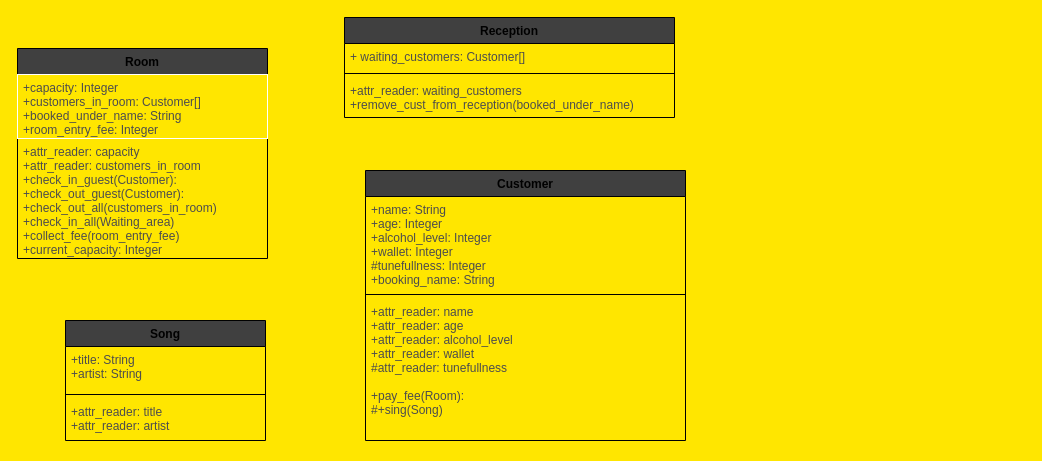
The draw.io diagram karaoke.drawio in Ollie-Boyd/week-02-homework, before the edit. Source tidied: cells renumbered, new cells numbered last; positions are measured from the earlier drawing's top-left corner, leaving out a move shared by most shapes. Both pictures are drawn from the tidied source at 100%, with x=0, y=0 at pixel (17, 17).
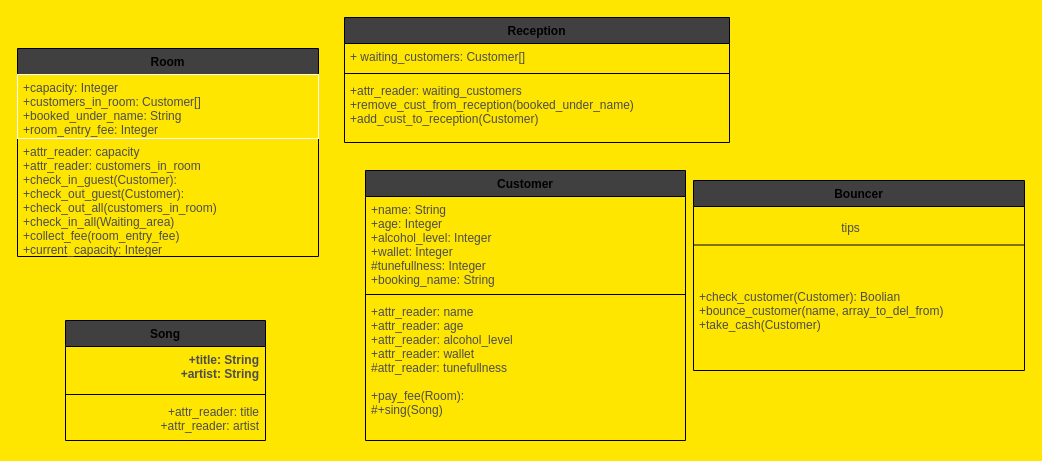
The same diagram, later.

The change refers to these unchanged cells:
```xml
<mxCell id="9" value="Song" style="swimlane;fontStyle=1;align=center;verticalAlign=top;horizontal=1;startSize=26;fontFamily=OpenDyslexic3;fillColor=#404040;" parent="1" vertex="1">
  <mxGeometry x="48" y="303" width="200" height="120" as="geometry" />
</mxCell>
```

Change to the diagram source:
```diff
@@
     <mxCell id="2" value="Reception" style="swimlane;fontStyle=1;align=center;verticalAlign=top;horizontal=1;startSize=26;fontFamily=OpenDyslexic3;fillColor=#404040;swimlaneFillColor=none;" parent="1" vertex="1">
-      <mxGeometry x="327" width="330" height="100" as="geometry" />
+      <mxGeometry x="327" width="385" height="125" as="geometry" />
     </mxCell>
     <mxCell id="3" value="+ waiting_customers: Customer[]" style="text;strokeColor=none;fillColor=none;align=left;verticalAlign=top;spacingLeft=4;spacingRight=4;overflow=hidden;fontFamily=OpenDyslexic3;fontColor=#4D4D4D;labelBackgroundColor=none;" parent="2" vertex="1">
-      <mxGeometry y="26" width="330" height="26" as="geometry" />
+      <mxGeometry y="26" width="385" height="26" as="geometry" />
     </mxCell>
     <mxCell id="4" style="line;strokeWidth=1;fillColor=none;align=left;verticalAlign=middle;spacingTop=-1;spacingLeft=3;spacingRight=3;labelPosition=right;" parent="2" vertex="1">
-      <mxGeometry y="52" width="330" height="8" as="geometry" />
+      <mxGeometry y="52" width="385" height="8" as="geometry" />
     </mxCell>
-    <mxCell id="5" value="+attr_reader: waiting_customers&#10;+remove_cust_from_reception(booked_under_name)&#10;" style="text;strokeColor=none;fillColor=none;align=left;verticalAlign=top;spacingLeft=4;spacingRight=4;overflow=hidden;fontFamily=OpenDyslexic3;fontColor=#4D4D4D;labelBackgroundColor=none;" parent="2" vertex="1">
-      <mxGeometry y="60" width="330" height="40" as="geometry" />
+    <mxCell id="5" value="+attr_reader: waiting_customers&#10;+remove_cust_from_reception(booked_under_name)&#10;+add_cust_to_reception(Customer)" style="text;strokeColor=none;fillColor=none;align=left;verticalAlign=top;spacingLeft=4;spacingRight=4;overflow=hidden;fontFamily=OpenDyslexic3;fontColor=#4D4D4D;labelBackgroundColor=none;" parent="2" vertex="1">
+      <mxGeometry y="60" width="385" height="65" as="geometry" />
     </mxCell>
     <mxCell id="6" value="Room" style="swimlane;fontStyle=1;align=center;verticalAlign=top;horizontal=1;startSize=26;fillColor=#404040;" parent="1" vertex="1">
-      <mxGeometry y="31" width="250" height="210" as="geometry" />
+      <mxGeometry y="31" width="301" height="208" as="geometry" />
     </mxCell>
     <mxCell id="7" value="+capacity: Integer&#10;+customers_in_room: Customer[]&#10;+booked_under_name: String&#10;+room_entry_fee: Integer&#10;" style="text;strokeColor=#FFFFFF;fillColor=none;align=left;verticalAlign=top;spacingLeft=4;spacingRight=4;overflow=hidden;fontColor=#4D4D4D;fontFamily=OpenDyslexic3;" parent="6" vertex="1">
-      <mxGeometry y="26" width="250" height="64" as="geometry" />
+      <mxGeometry y="26" width="301" height="64" as="geometry" />
     </mxCell>
     <mxCell id="8" value="+attr_reader: capacity&#10;+attr_reader: customers_in_room&#10;+check_in_guest(Customer):&#10;+check_out_guest(Customer):&#10;+check_out_all(customers_in_room) &#10;+check_in_all(Waiting_area)&#10;+collect_fee(room_entry_fee)&#10;+current_capacity: Integer&#10;" style="text;strokeColor=none;fillColor=none;align=left;verticalAlign=top;spacingLeft=4;spacingRight=4;overflow=hidden;fontFamily=OpenDyslexic3;fontColor=#4D4D4D;labelBackgroundColor=none;" parent="6" vertex="1">
-      <mxGeometry y="90" width="250" height="120" as="geometry" />
+      <mxGeometry y="90" width="301" height="118" as="geometry" />
     </mxCell>
@@
-    <mxCell id="10" value="+title: String&#10;+artist: String" style="text;strokeColor=none;fillColor=none;align=left;verticalAlign=top;spacingLeft=4;spacingRight=4;overflow=hidden;fontFamily=OpenDyslexic3;fontColor=#4D4D4D;labelBackgroundColor=none;" parent="9" vertex="1">
+    <mxCell id="10" value="+title: String&#10;+artist: String" style="text;strokeColor=none;fillColor=none;align=right;verticalAlign=top;spacingLeft=4;spacingRight=4;overflow=hidden;fontFamily=OpenDyslexic3;fontColor=#4D4D4D;labelBackgroundColor=none;fontStyle=1;" parent="9" vertex="1">
       <mxGeometry y="26" width="200" height="44" as="geometry" />
     </mxCell>
@@
-    <mxCell id="12" value="+attr_reader: title&#10;+attr_reader: artist&#10; " style="text;strokeColor=none;fillColor=none;align=left;verticalAlign=top;spacingLeft=4;spacingRight=4;overflow=hidden;fontFamily=OpenDyslexic3;fontColor=#4D4D4D;labelBackgroundColor=none;" parent="9" vertex="1">
+    <mxCell id="12" value="+attr_reader: title&#10;+attr_reader: artist&#10; " style="text;strokeColor=none;fillColor=none;align=right;verticalAlign=top;spacingLeft=4;spacingRight=4;overflow=hidden;fontFamily=OpenDyslexic3;fontColor=#4D4D4D;labelBackgroundColor=none;" parent="9" vertex="1">
       <mxGeometry y="78" width="200" height="42" as="geometry" />
     </mxCell>
@@
+    <mxCell id="17" value="Bouncer" style="swimlane;fontStyle=1;align=center;verticalAlign=top;horizontal=1;startSize=26;fontFamily=OpenDyslexic3;fillColor=#404040;" parent="1" vertex="1">
+      <mxGeometry x="676" y="163" width="331" height="190" as="geometry" />
+    </mxCell>
+    <mxCell id="18" style="line;strokeWidth=1;fillColor=none;align=left;verticalAlign=middle;spacingTop=-1;spacingLeft=3;spacingRight=3;labelPosition=right;" parent="17" vertex="1">
+      <mxGeometry y="26" width="331" height="77" as="geometry" />
+    </mxCell>
+    <mxCell id="19" value="tips&lt;br&gt;" style="text;html=1;align=center;verticalAlign=middle;fontFamily=OpenDyslexic3;fontColor=#4D4D4D;" parent="18" vertex="1">
+      <mxGeometry x="140" y="13" width="34" height="18" as="geometry" />
+    </mxCell>
+    <mxCell id="20" value="+check_customer(Customer): Boolian&#10;+bounce_customer(name, array_to_del_from)&#10;+take_cash(Customer)&#10;" style="text;strokeColor=none;fillColor=none;align=left;verticalAlign=top;spacingLeft=4;spacingRight=4;overflow=hidden;fontFamily=OpenDyslexic3;fontColor=#4D4D4D;labelBackgroundColor=none;" parent="17" vertex="1">
+      <mxGeometry y="103" width="331" height="87" as="geometry" />
+    </mxCell>
```
